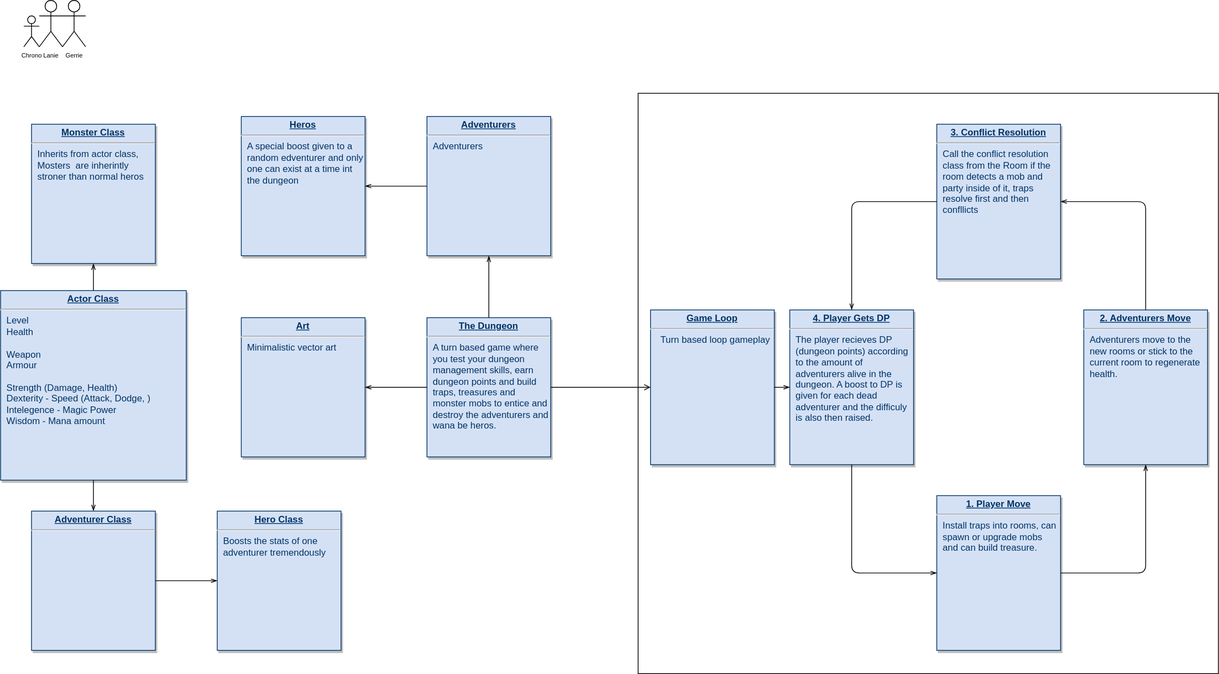
Earlier version of the draw.io export TheDungeonPlanning.svg (IndieRonin/TheDungeon). Source tidied: cells renumbered, new cells last; positions are measured from the earlier drawing's top-left corner, leaving out a move shared by most shapes.
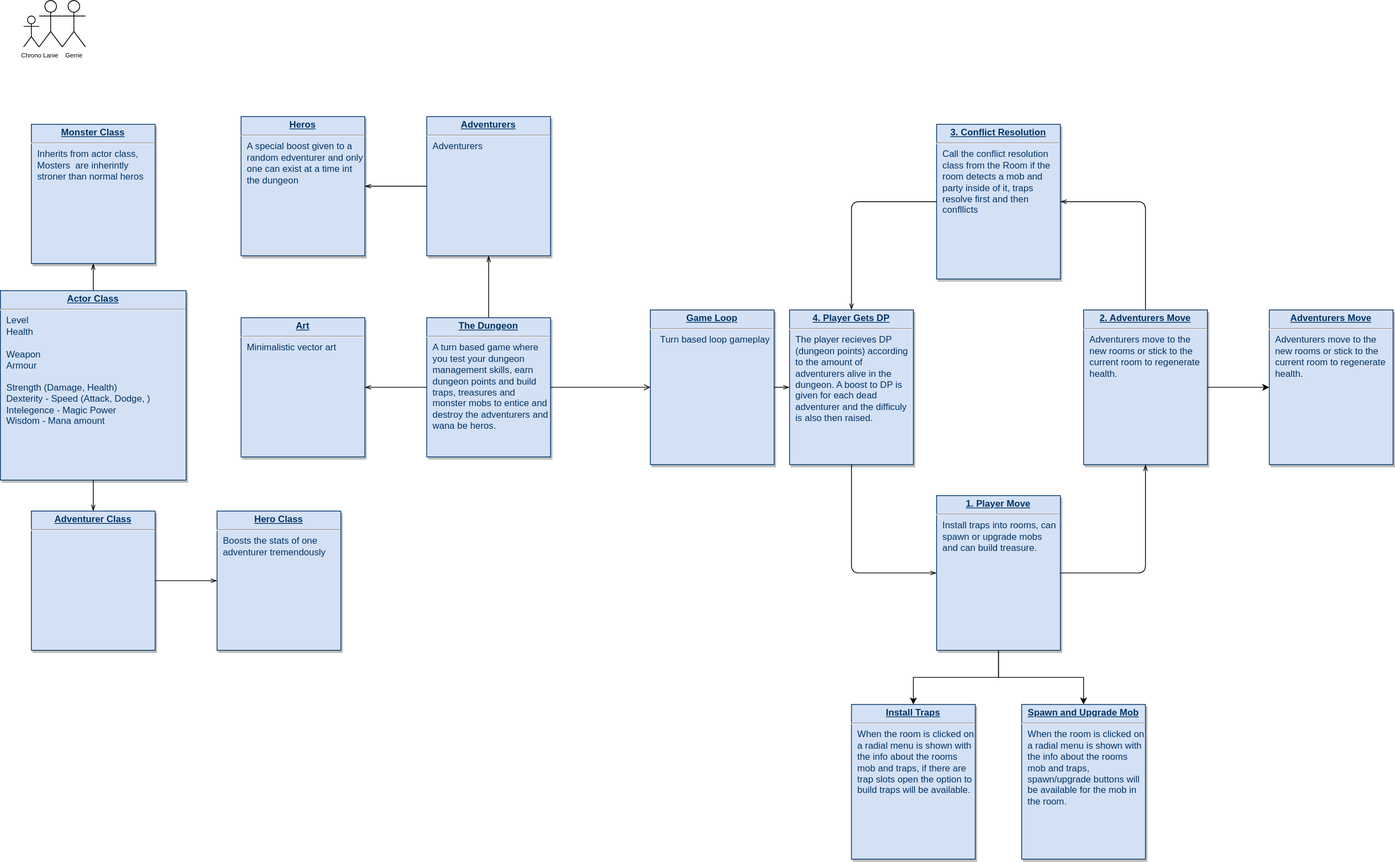
The same file after the commit.

The edit, as a diff of the source:
```diff
@@ -2,15 +2,18 @@
   <root>
     <mxCell id="0" />
     <mxCell id="1" parent="0" />
-    <mxCell id="2" style="whiteSpace=wrap;html=1;fillColor=none;" parent="1" vertex="1">
-      <mxGeometry x="824" y="120" width="750" height="750" as="geometry" />
-    </mxCell>
     <mxCell id="3" value="&lt;p style=&quot;margin: 0px ; margin-top: 4px ; text-align: center ; text-decoration: underline&quot;&gt;&lt;b&gt;Game Loop&lt;/b&gt;&lt;/p&gt;&lt;hr&gt;&lt;p style=&quot;text-align: center ; margin: 0px 0px 0px 8px&quot;&gt;Turn based loop gameplay&lt;/p&gt;" style="verticalAlign=top;align=left;overflow=fill;fontSize=12;fontFamily=Helvetica;html=1;strokeColor=#003366;shadow=1;fillColor=#D4E1F5;fontColor=#003366;whiteSpace=wrap;" parent="1" vertex="1">
       <mxGeometry x="840" y="400" width="160" height="200" as="geometry" />
     </mxCell>
     <mxCell id="4" value="&lt;p style=&quot;margin: 0px ; margin-top: 4px ; text-align: center ; text-decoration: underline&quot;&gt;&lt;b&gt;Art&lt;/b&gt;&lt;/p&gt;&lt;hr&gt;&lt;p style=&quot;margin: 0px ; margin-left: 8px&quot;&gt;Minimalistic v&lt;span&gt;ector art&lt;/span&gt;&lt;/p&gt;" style="verticalAlign=top;align=left;overflow=fill;fontSize=12;fontFamily=Helvetica;html=1;strokeColor=#003366;shadow=1;fillColor=#D4E1F5;fontColor=#003366;" parent="1" vertex="1">
       <mxGeometry x="311.1" y="410" width="160" height="180" as="geometry" />
     </mxCell>
+    <mxCell id="34" style="edgeStyle=orthogonalEdgeStyle;rounded=0;jettySize=auto;html=1;" parent="1" edge="1" source="5" target="37">
+      <mxGeometry relative="1" as="geometry" />
+    </mxCell>
+    <mxCell id="35" style="edgeStyle=orthogonalEdgeStyle;rounded=0;jettySize=auto;html=1;" parent="1" edge="1" source="5" target="38">
+      <mxGeometry relative="1" as="geometry" />
+    </mxCell>
     <mxCell id="5" value="&lt;p style=&quot;margin: 0px ; margin-top: 4px ; text-align: center ; text-decoration: underline&quot;&gt;&lt;strong&gt;1. Player Move&lt;/strong&gt;&lt;/p&gt;&lt;hr&gt;&lt;p style=&quot;margin: 0px ; margin-left: 8px&quot;&gt;Install traps into rooms, can spawn or upgrade mobs and can build&amp;nbsp;treasure.&lt;/p&gt;" style="verticalAlign=top;align=left;overflow=fill;fontSize=12;fontFamily=Helvetica;html=1;strokeColor=#003366;shadow=1;fillColor=#D4E1F5;fontColor=#003366;whiteSpace=wrap;" parent="1" vertex="1">
       <mxGeometry x="1210" y="640" width="160" height="200" as="geometry" />
     </mxCell>
@@ -26,6 +29,9 @@
     <mxCell id="9" style="edgeStyle=orthogonalEdgeStyle;rounded=1;jettySize=auto;html=1;entryX=1;entryY=0.5;entryDx=0;entryDy=0;startArrow=none;startFill=0;endArrow=openThin;endFill=0;exitX=0.5;exitY=0;exitDx=0;exitDy=0;" parent="1" edge="1" source="10" target="11">
       <mxGeometry relative="1" as="geometry" />
     </mxCell>
+    <mxCell id="36" style="edgeStyle=orthogonalEdgeStyle;rounded=0;jettySize=auto;html=1;" parent="1" edge="1" source="10" target="39">
+      <mxGeometry relative="1" as="geometry" />
+    </mxCell>
     <mxCell id="10" value="&lt;p style=&quot;margin: 0px ; margin-top: 4px ; text-align: center ; text-decoration: underline&quot;&gt;&lt;b&gt;2. Adventurers Move&lt;/b&gt;&lt;/p&gt;&lt;hr&gt;&lt;p style=&quot;margin: 0px ; margin-left: 8px&quot;&gt;Adventurers move to the new rooms or stick to the current room to regenerate health.&lt;/p&gt;" style="verticalAlign=top;align=left;overflow=fill;fontSize=12;fontFamily=Helvetica;html=1;strokeColor=#003366;shadow=1;fillColor=#D4E1F5;fontColor=#003366;whiteSpace=wrap;" parent="1" vertex="1">
       <mxGeometry x="1400" y="400" width="160" height="200" as="geometry" />
     </mxCell>
@@ -104,5 +110,14 @@
     <mxCell id="33" value="Chrono" style="shape=umlActor;verticalLabelPosition=bottom;verticalAlign=top;html=1;fillColor=none;gradientColor=none;fontSize=8;" parent="1" vertex="1">
       <mxGeometry x="30" y="20" width="20" height="40" as="geometry" />
     </mxCell>
+    <mxCell id="37" value="&lt;p style=&quot;margin: 0px ; margin-top: 4px ; text-align: center ; text-decoration: underline&quot;&gt;&lt;b&gt;Install Traps&lt;/b&gt;&lt;/p&gt;&lt;hr&gt;&lt;p style=&quot;margin: 0px ; margin-left: 8px&quot;&gt;When the room is clicked on a radial menu is shown with the info about the rooms mob and traps, if there are trap slots open the option to build traps will be available.&lt;/p&gt;" style="verticalAlign=top;align=left;overflow=fill;fontSize=12;fontFamily=Helvetica;html=1;strokeColor=#003366;shadow=1;fillColor=#D4E1F5;fontColor=#003366;whiteSpace=wrap;" parent="1" vertex="1">
+      <mxGeometry x="1100" y="910" width="160" height="200" as="geometry" />
+    </mxCell>
+    <mxCell id="38" value="&lt;p style=&quot;margin: 0px ; margin-top: 4px ; text-align: center ; text-decoration: underline&quot;&gt;&lt;b&gt;Spawn and U&lt;/b&gt;&lt;b&gt;pgrade Mob&lt;/b&gt;&lt;br&gt;&lt;/p&gt;&lt;hr&gt;&lt;p style=&quot;margin: 0px ; margin-left: 8px&quot;&gt;When the room is clicked on a radial menu is shown with the info about the rooms mob and traps, spawn/upgrade buttons will be available for the mob in the room.&lt;br&gt;&lt;/p&gt;" style="verticalAlign=top;align=left;overflow=fill;fontSize=12;fontFamily=Helvetica;html=1;strokeColor=#003366;shadow=1;fillColor=#D4E1F5;fontColor=#003366;whiteSpace=wrap;" parent="1" vertex="1">
+      <mxGeometry x="1320" y="910" width="160" height="200" as="geometry" />
+    </mxCell>
+    <mxCell id="39" value="&lt;p style=&quot;margin: 0px ; margin-top: 4px ; text-align: center ; text-decoration: underline&quot;&gt;&lt;b&gt;Adventurers Move&lt;/b&gt;&lt;/p&gt;&lt;hr&gt;&lt;p style=&quot;margin: 0px ; margin-left: 8px&quot;&gt;Adventurers move to the new rooms or stick to the current room to regenerate health.&lt;/p&gt;" style="verticalAlign=top;align=left;overflow=fill;fontSize=12;fontFamily=Helvetica;html=1;strokeColor=#003366;shadow=1;fillColor=#D4E1F5;fontColor=#003366;whiteSpace=wrap;" parent="1" vertex="1">
+      <mxGeometry x="1640" y="400" width="160" height="200" as="geometry" />
+    </mxCell>
   </root>
 </mxGraphModel>
```
